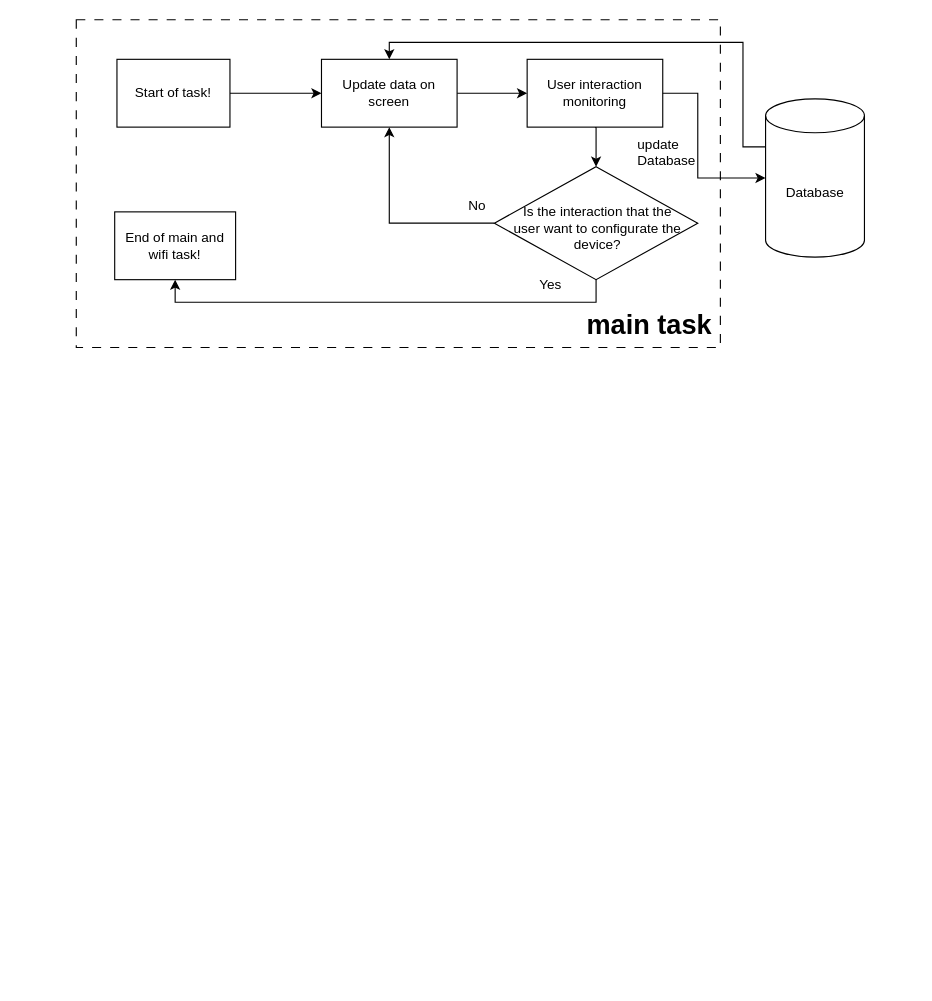
Above: page "main task" (8 of 13) of ESP devices buildup.drawio in LBroKerR/ESP32_Thermostats (draw.io), before the change. Source tidied: cells renumbered, new cells numbered last; positions are measured from the earlier drawing's top-left corner, leaving out a move shared by most shapes. Both pictures are drawn from the tidied source at 113%, with x=0, y=0 at pixel (76, 19).
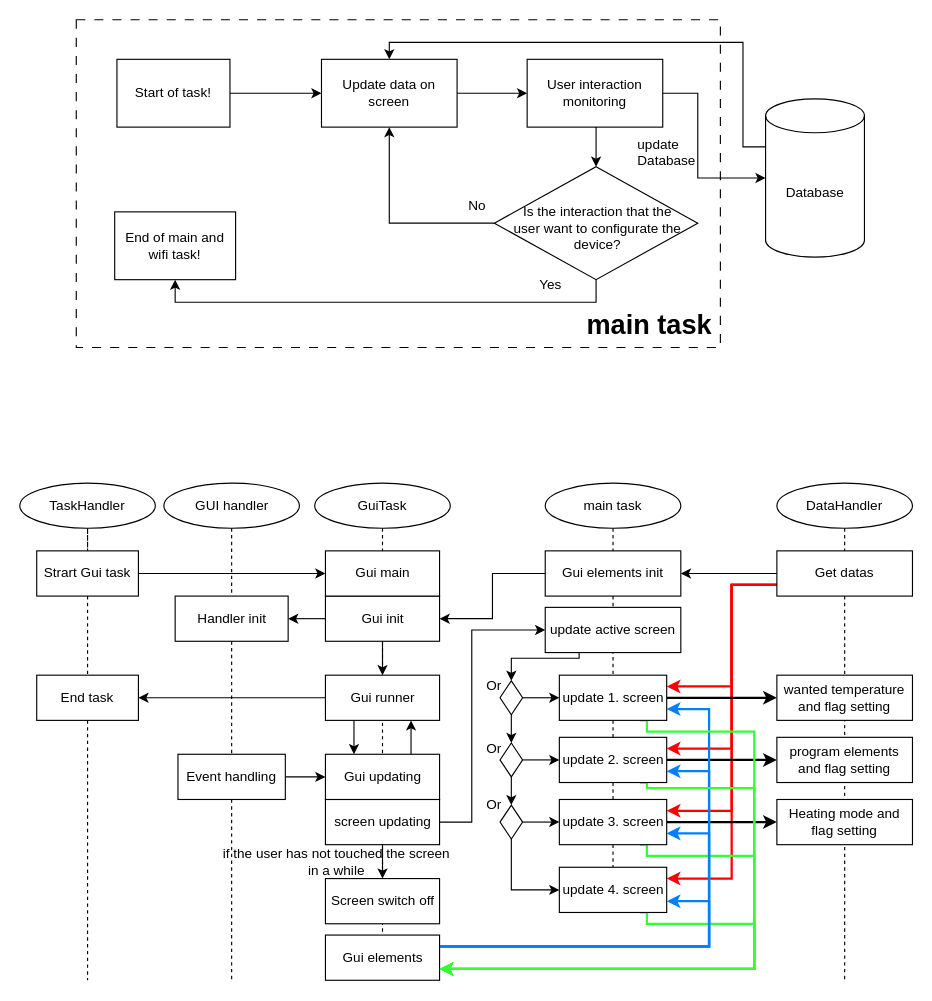
The same diagram, later.

The edit, as a diff of the source:
```diff
@@
+    <mxCell id="21" style="edgeStyle=orthogonalEdgeStyle;rounded=0;jettySize=auto;html=1;exitX=0.5;exitY=1;exitDx=0;exitDy=0;endArrow=none;endFill=0;dashed=1;entryX=0.5;entryY=0;entryDx=0;entryDy=0;" parent="1" edge="1" source="77" target="72">
+      <mxGeometry relative="1" as="geometry" />
+    </mxCell>
+    <mxCell id="22" value="GuiTask" style="ellipse;whiteSpace=wrap;html=1;" parent="1" vertex="1">
+      <mxGeometry x="211" y="410" width="120" height="40" as="geometry" />
+    </mxCell>
+    <mxCell id="23" style="edgeStyle=orthogonalEdgeStyle;rounded=0;jettySize=auto;html=1;exitX=0.5;exitY=1;exitDx=0;exitDy=0;dashed=1;endArrow=none;endFill=0;" parent="1" edge="1" source="38">
+      <mxGeometry relative="1" as="geometry">
+        <mxPoint x="137.5" y="850" as="targetPoint" />
+      </mxGeometry>
+    </mxCell>
+    <mxCell id="24" value="GUI handler" style="ellipse;whiteSpace=wrap;html=1;" parent="1" vertex="1">
+      <mxGeometry x="77.5" y="410" width="120" height="40" as="geometry" />
+    </mxCell>
+    <mxCell id="25" style="edgeStyle=orthogonalEdgeStyle;rounded=0;jettySize=auto;html=1;exitX=0.5;exitY=1;exitDx=0;exitDy=0;endArrow=none;endFill=0;dashed=1;entryX=0.5;entryY=0;entryDx=0;entryDy=0;" parent="1" edge="1" source="51" target="55">
+      <mxGeometry relative="1" as="geometry" />
+    </mxCell>
+    <mxCell id="26" value="main task" style="ellipse;whiteSpace=wrap;html=1;" parent="1" vertex="1">
+      <mxGeometry x="415" y="410" width="120" height="40" as="geometry" />
+    </mxCell>
+    <mxCell id="27" style="edgeStyle=orthogonalEdgeStyle;rounded=0;jettySize=auto;html=1;exitX=0.5;exitY=1;exitDx=0;exitDy=0;entryX=0.5;entryY=0;entryDx=0;entryDy=0;" parent="1" edge="1" source="99" target="82">
+      <mxGeometry relative="1" as="geometry" />
+    </mxCell>
+    <mxCell id="28" style="edgeStyle=orthogonalEdgeStyle;rounded=0;jettySize=auto;html=1;exitX=0.5;exitY=1;exitDx=0;exitDy=0;dashed=1;endArrow=none;endFill=0;" parent="1" edge="1" source="24" target="29">
+      <mxGeometry relative="1" as="geometry" />
+    </mxCell>
+    <mxCell id="29" value="Handler init" style="rounded=0;whiteSpace=wrap;html=1;" parent="1" vertex="1">
+      <mxGeometry x="87.5" y="510" width="100" height="40" as="geometry" />
+    </mxCell>
+    <mxCell id="30" style="edgeStyle=orthogonalEdgeStyle;rounded=0;jettySize=auto;html=1;exitX=0.25;exitY=1;exitDx=0;exitDy=0;entryX=0.25;entryY=0;entryDx=0;entryDy=0;" parent="1" edge="1" source="82" target="77">
+      <mxGeometry relative="1" as="geometry" />
+    </mxCell>
+    <mxCell id="31" style="edgeStyle=orthogonalEdgeStyle;rounded=0;jettySize=auto;html=1;exitX=0.75;exitY=0;exitDx=0;exitDy=0;entryX=0.75;entryY=1;entryDx=0;entryDy=0;" parent="1" edge="1" source="77" target="82">
+      <mxGeometry relative="1" as="geometry" />
+    </mxCell>
+    <mxCell id="32" value="Screen switch off" style="rounded=0;whiteSpace=wrap;html=1;" parent="1" vertex="1">
+      <mxGeometry x="220.5" y="760" width="101" height="40" as="geometry" />
+    </mxCell>
+    <mxCell id="33" style="edgeStyle=orthogonalEdgeStyle;rounded=0;jettySize=auto;html=1;exitX=0.5;exitY=1;exitDx=0;exitDy=0;entryX=0.5;entryY=0;entryDx=0;entryDy=0;" parent="1" edge="1" source="35" target="32">
+      <mxGeometry relative="1" as="geometry" />
+    </mxCell>
+    <mxCell id="34" style="edgeStyle=orthogonalEdgeStyle;rounded=0;jettySize=auto;html=1;exitX=1;exitY=0.5;exitDx=0;exitDy=0;entryX=0;entryY=0.5;entryDx=0;entryDy=0;" parent="1" edge="1" source="35" target="88">
+      <mxGeometry relative="1" as="geometry">
+        <Array as="points">
+          <mxPoint x="350" y="710" />
+          <mxPoint x="350" y="540" />
+        </Array>
+      </mxGeometry>
+    </mxCell>
+    <mxCell id="35" value="screen updating" style="rounded=0;whiteSpace=wrap;html=1;" parent="1" vertex="1">
+      <mxGeometry x="220.5" y="690" width="101" height="40" as="geometry" />
+    </mxCell>
+    <mxCell id="36" style="edgeStyle=orthogonalEdgeStyle;rounded=0;jettySize=auto;html=1;exitX=0.5;exitY=1;exitDx=0;exitDy=0;dashed=1;endArrow=none;endFill=0;" parent="1" edge="1" source="29" target="38">
+      <mxGeometry relative="1" as="geometry" />
+    </mxCell>
+    <mxCell id="37" style="edgeStyle=orthogonalEdgeStyle;rounded=0;jettySize=auto;html=1;exitX=1;exitY=0.5;exitDx=0;exitDy=0;entryX=0;entryY=0.5;entryDx=0;entryDy=0;" parent="1" edge="1" source="38" target="77">
+      <mxGeometry relative="1" as="geometry" />
+    </mxCell>
+    <mxCell id="38" value="Event handling" style="rounded=0;whiteSpace=wrap;html=1;" parent="1" vertex="1">
+      <mxGeometry x="90" y="650" width="95" height="40" as="geometry" />
+    </mxCell>
+    <mxCell id="39" value="if the user has not touched the screen in a while" style="text;html=1;align=center;verticalAlign=middle;whiteSpace=wrap;rounded=0;" parent="1" vertex="1">
+      <mxGeometry x="125" y="730" width="211" height="30" as="geometry" />
+    </mxCell>
+    <mxCell id="40" style="edgeStyle=orthogonalEdgeStyle;rounded=0;jettySize=auto;html=1;exitX=0;exitY=0.5;exitDx=0;exitDy=0;entryX=1;entryY=0.5;entryDx=0;entryDy=0;" parent="1" edge="1" source="89" target="99">
+      <mxGeometry relative="1" as="geometry" />
+    </mxCell>
+    <mxCell id="41" style="edgeStyle=orthogonalEdgeStyle;rounded=0;jettySize=auto;html=1;exitX=0.5;exitY=1;exitDx=0;exitDy=0;endArrow=none;endFill=0;dashed=1;" parent="1" edge="1" source="42">
+      <mxGeometry relative="1" as="geometry">
+        <mxPoint x="680" y="850" as="targetPoint" />
+      </mxGeometry>
+    </mxCell>
+    <mxCell id="42" value="DataHandler" style="ellipse;whiteSpace=wrap;html=1;" parent="1" vertex="1">
+      <mxGeometry x="620" y="410" width="120" height="40" as="geometry" />
+    </mxCell>
+    <mxCell id="43" style="edgeStyle=orthogonalEdgeStyle;rounded=0;jettySize=auto;html=1;exitX=0;exitY=0.5;exitDx=0;exitDy=0;entryX=1;entryY=0.5;entryDx=0;entryDy=0;" parent="1" edge="1" source="48" target="89">
+      <mxGeometry relative="1" as="geometry" />
+    </mxCell>
+    <mxCell id="44" style="edgeStyle=orthogonalEdgeStyle;rounded=0;jettySize=auto;html=1;exitX=0;exitY=0.75;exitDx=0;exitDy=0;entryX=1;entryY=0.25;entryDx=0;entryDy=0;strokeColor=#FF0000;strokeWidth=2;" parent="1" edge="1" source="48" target="86">
+      <mxGeometry relative="1" as="geometry">
+        <Array as="points">
+          <mxPoint x="580" y="500" />
+          <mxPoint x="580" y="590" />
+        </Array>
+      </mxGeometry>
+    </mxCell>
+    <mxCell id="45" style="edgeStyle=orthogonalEdgeStyle;rounded=0;jettySize=auto;html=1;entryX=1;entryY=0.25;entryDx=0;entryDy=0;strokeColor=#FF0000;strokeWidth=2;exitX=0;exitY=0.75;exitDx=0;exitDy=0;" parent="1" edge="1" source="48" target="80">
+      <mxGeometry relative="1" as="geometry">
+        <Array as="points">
+          <mxPoint x="580" y="500" />
+          <mxPoint x="580" y="645" />
+        </Array>
+      </mxGeometry>
+    </mxCell>
+    <mxCell id="46" style="edgeStyle=orthogonalEdgeStyle;rounded=0;jettySize=auto;html=1;exitX=0;exitY=0.75;exitDx=0;exitDy=0;entryX=1;entryY=0.25;entryDx=0;entryDy=0;strokeColor=#FF0000;strokeWidth=2;" parent="1" edge="1" source="48" target="51">
+      <mxGeometry relative="1" as="geometry">
+        <Array as="points">
+          <mxPoint x="580" y="500" />
+          <mxPoint x="580" y="700" />
+        </Array>
+      </mxGeometry>
+    </mxCell>
+    <mxCell id="47" style="edgeStyle=orthogonalEdgeStyle;rounded=0;jettySize=auto;html=1;exitX=0;exitY=0.75;exitDx=0;exitDy=0;entryX=1;entryY=0.25;entryDx=0;entryDy=0;strokeColor=#FF0000;strokeWidth=2;" parent="1" edge="1" source="48" target="55">
+      <mxGeometry relative="1" as="geometry">
+        <Array as="points">
+          <mxPoint x="580" y="500" />
+          <mxPoint x="580" y="760" />
+        </Array>
+      </mxGeometry>
+    </mxCell>
+    <mxCell id="48" value="Get datas" style="rounded=0;whiteSpace=wrap;html=1;" parent="1" vertex="1">
+      <mxGeometry x="620" y="470" width="120" height="40" as="geometry" />
+    </mxCell>
+    <mxCell id="49" style="edgeStyle=orthogonalEdgeStyle;rounded=0;jettySize=auto;html=1;exitX=1;exitY=0.5;exitDx=0;exitDy=0;strokeWidth=2;" parent="1" edge="1" source="51" target="73">
+      <mxGeometry relative="1" as="geometry" />
+    </mxCell>
+    <mxCell id="50" style="edgeStyle=orthogonalEdgeStyle;rounded=0;jettySize=auto;html=1;exitX=0.75;exitY=1;exitDx=0;exitDy=0;entryX=1;entryY=0.75;entryDx=0;entryDy=0;strokeWidth=2;strokeColor=#33FF33;" parent="1" edge="1" source="51" target="72">
+      <mxGeometry relative="1" as="geometry">
+        <Array as="points">
+          <mxPoint x="505" y="740" />
+          <mxPoint x="600" y="740" />
+          <mxPoint x="600" y="840" />
+        </Array>
+      </mxGeometry>
+    </mxCell>
+    <mxCell id="51" value="update 3. screen" style="rounded=0;whiteSpace=wrap;html=1;" parent="1" vertex="1">
+      <mxGeometry x="427.5" y="690" width="95" height="40" as="geometry" />
+    </mxCell>
+    <mxCell id="52" style="edgeStyle=orthogonalEdgeStyle;rounded=0;jettySize=auto;html=1;exitX=1;exitY=0.5;exitDx=0;exitDy=0;entryX=0;entryY=0.5;entryDx=0;entryDy=0;strokeWidth=2;" parent="1" edge="1" source="86" target="75">
+      <mxGeometry relative="1" as="geometry" />
+    </mxCell>
+    <mxCell id="53" style="edgeStyle=orthogonalEdgeStyle;rounded=0;jettySize=auto;html=1;exitX=1;exitY=0.5;exitDx=0;exitDy=0;entryX=0;entryY=0.5;entryDx=0;entryDy=0;strokeWidth=2;" parent="1" edge="1" source="80" target="74">
+      <mxGeometry relative="1" as="geometry" />
+    </mxCell>
+    <mxCell id="54" style="edgeStyle=orthogonalEdgeStyle;rounded=0;jettySize=auto;html=1;exitX=0.75;exitY=1;exitDx=0;exitDy=0;entryX=1;entryY=0.75;entryDx=0;entryDy=0;strokeColor=#33FF33;strokeWidth=2;" parent="1" edge="1" source="55" target="72">
+      <mxGeometry relative="1" as="geometry">
+        <Array as="points">
+          <mxPoint x="505" y="800" />
+          <mxPoint x="600" y="800" />
+          <mxPoint x="600" y="840" />
+        </Array>
+      </mxGeometry>
+    </mxCell>
+    <mxCell id="55" value="update 4. screen" style="rounded=0;whiteSpace=wrap;html=1;" parent="1" vertex="1">
+      <mxGeometry x="427.5" y="750" width="95" height="40" as="geometry" />
+    </mxCell>
+    <mxCell id="56" value="Or" style="text;html=1;align=center;verticalAlign=middle;whiteSpace=wrap;rounded=0;" parent="1" vertex="1">
+      <mxGeometry x="340" y="630" width="60" height="30" as="geometry" />
+    </mxCell>
+    <mxCell id="57" value="Or" style="text;html=1;align=center;verticalAlign=middle;whiteSpace=wrap;rounded=0;" parent="1" vertex="1">
+      <mxGeometry x="340" y="680" width="60" height="30" as="geometry" />
+    </mxCell>
+    <mxCell id="58" value="Or" style="text;html=1;align=center;verticalAlign=middle;whiteSpace=wrap;rounded=0;" parent="1" vertex="1">
+      <mxGeometry x="340" y="575" width="60" height="30" as="geometry" />
+    </mxCell>
+    <mxCell id="59" style="edgeStyle=orthogonalEdgeStyle;rounded=0;jettySize=auto;html=1;exitX=1;exitY=0.5;exitDx=0;exitDy=0;entryX=0;entryY=0.5;entryDx=0;entryDy=0;" parent="1" edge="1" source="61" target="86">
+      <mxGeometry relative="1" as="geometry" />
+    </mxCell>
+    <mxCell id="60" style="edgeStyle=orthogonalEdgeStyle;rounded=0;jettySize=auto;html=1;exitX=0.5;exitY=1;exitDx=0;exitDy=0;entryX=0.5;entryY=0;entryDx=0;entryDy=0;" parent="1" edge="1" source="61" target="64">
+      <mxGeometry relative="1" as="geometry" />
+    </mxCell>
+    <mxCell id="61" style="rhombus;whiteSpace=wrap;html=1;" parent="1" vertex="1">
+      <mxGeometry x="375" y="585" width="20" height="30" as="geometry" />
+    </mxCell>
+    <mxCell id="62" style="edgeStyle=orthogonalEdgeStyle;rounded=0;jettySize=auto;html=1;exitX=1;exitY=0.5;exitDx=0;exitDy=0;entryX=0;entryY=0.5;entryDx=0;entryDy=0;" parent="1" edge="1" source="64" target="80">
+      <mxGeometry relative="1" as="geometry" />
+    </mxCell>
+    <mxCell id="63" style="edgeStyle=orthogonalEdgeStyle;rounded=0;jettySize=auto;html=1;exitX=0.5;exitY=1;exitDx=0;exitDy=0;entryX=0.5;entryY=0;entryDx=0;entryDy=0;" parent="1" edge="1" source="64" target="67">
+      <mxGeometry relative="1" as="geometry" />
+    </mxCell>
+    <mxCell id="64" style="rhombus;whiteSpace=wrap;html=1;" parent="1" vertex="1">
+      <mxGeometry x="375" y="640" width="20" height="30" as="geometry" />
+    </mxCell>
+    <mxCell id="65" style="edgeStyle=orthogonalEdgeStyle;rounded=0;jettySize=auto;html=1;exitX=1;exitY=0.5;exitDx=0;exitDy=0;entryX=0;entryY=0.5;entryDx=0;entryDy=0;" parent="1" edge="1" source="67" target="51">
+      <mxGeometry relative="1" as="geometry" />
+    </mxCell>
+    <mxCell id="66" style="edgeStyle=orthogonalEdgeStyle;rounded=0;jettySize=auto;html=1;exitX=0.5;exitY=1;exitDx=0;exitDy=0;entryX=0;entryY=0.5;entryDx=0;entryDy=0;" parent="1" edge="1" source="67" target="55">
+      <mxGeometry relative="1" as="geometry" />
+    </mxCell>
+    <mxCell id="67" style="rhombus;whiteSpace=wrap;html=1;" parent="1" vertex="1">
+      <mxGeometry x="375" y="695" width="20" height="30" as="geometry" />
+    </mxCell>
+    <mxCell id="68" style="edgeStyle=orthogonalEdgeStyle;rounded=0;jettySize=auto;html=1;exitX=1;exitY=0.25;exitDx=0;exitDy=0;entryX=1;entryY=0.75;entryDx=0;entryDy=0;strokeWidth=2;strokeColor=#007FFF;" parent="1" edge="1" source="72" target="86">
+      <mxGeometry relative="1" as="geometry">
+        <Array as="points">
+          <mxPoint x="299" y="820" />
+          <mxPoint x="560" y="820" />
+          <mxPoint x="560" y="610" />
+        </Array>
+      </mxGeometry>
+    </mxCell>
+    <mxCell id="69" style="edgeStyle=orthogonalEdgeStyle;rounded=0;jettySize=auto;html=1;exitX=1;exitY=0.25;exitDx=0;exitDy=0;entryX=1;entryY=0.75;entryDx=0;entryDy=0;strokeWidth=2;strokeColor=#007FFF;" parent="1" edge="1" source="72" target="80">
+      <mxGeometry relative="1" as="geometry">
+        <Array as="points">
+          <mxPoint x="299" y="820" />
+          <mxPoint x="560" y="820" />
+          <mxPoint x="560" y="665" />
+        </Array>
+      </mxGeometry>
+    </mxCell>
+    <mxCell id="70" style="edgeStyle=orthogonalEdgeStyle;rounded=0;jettySize=auto;html=1;exitX=1;exitY=0.25;exitDx=0;exitDy=0;entryX=1;entryY=0.75;entryDx=0;entryDy=0;strokeWidth=2;strokeColor=#007FFF;" parent="1" edge="1" source="72" target="55">
+      <mxGeometry relative="1" as="geometry">
+        <Array as="points">
+          <mxPoint x="299" y="820" />
+          <mxPoint x="560" y="820" />
+          <mxPoint x="560" y="780" />
+        </Array>
+      </mxGeometry>
+    </mxCell>
+    <mxCell id="71" style="edgeStyle=orthogonalEdgeStyle;rounded=0;jettySize=auto;html=1;exitX=1;exitY=0.25;exitDx=0;exitDy=0;entryX=1;entryY=0.75;entryDx=0;entryDy=0;strokeColor=#007FFF;strokeWidth=2;" parent="1" edge="1" source="72" target="51">
+      <mxGeometry relative="1" as="geometry">
+        <Array as="points">
+          <mxPoint x="299" y="820" />
+          <mxPoint x="560" y="820" />
+          <mxPoint x="560" y="720" />
+        </Array>
+      </mxGeometry>
+    </mxCell>
+    <mxCell id="72" value="Gui elements" style="rounded=0;whiteSpace=wrap;html=1;" parent="1" vertex="1">
+      <mxGeometry x="220.5" y="810" width="101" height="40" as="geometry" />
+    </mxCell>
+    <mxCell id="73" value="Heating mode and flag setting" style="rounded=0;whiteSpace=wrap;html=1;" parent="1" vertex="1">
+      <mxGeometry x="620" y="690" width="120" height="40" as="geometry" />
+    </mxCell>
+    <mxCell id="74" value="program elements and flag setting" style="rounded=0;whiteSpace=wrap;html=1;" parent="1" vertex="1">
+      <mxGeometry x="620" y="635" width="120" height="40" as="geometry" />
+    </mxCell>
+    <mxCell id="75" value="wanted temperature and flag setting" style="rounded=0;whiteSpace=wrap;html=1;" parent="1" vertex="1">
+      <mxGeometry x="620" y="580" width="120" height="40" as="geometry" />
+    </mxCell>
+    <mxCell id="76" style="edgeStyle=orthogonalEdgeStyle;rounded=0;jettySize=auto;html=1;exitX=0.5;exitY=1;exitDx=0;exitDy=0;endArrow=none;endFill=0;dashed=1;" parent="1" edge="1" source="99" target="77">
+      <mxGeometry relative="1" as="geometry" />
+    </mxCell>
+    <mxCell id="77" value="Gui updating" style="rounded=0;whiteSpace=wrap;html=1;" parent="1" vertex="1">
+      <mxGeometry x="220.5" y="650" width="101" height="40" as="geometry" />
+    </mxCell>
+    <mxCell id="78" style="edgeStyle=orthogonalEdgeStyle;rounded=0;jettySize=auto;html=1;exitX=0.5;exitY=1;exitDx=0;exitDy=0;entryX=0.5;entryY=0;entryDx=0;entryDy=0;endArrow=none;endFill=0;dashed=1;" parent="1" edge="1" source="80" target="51">
+      <mxGeometry relative="1" as="geometry" />
+    </mxCell>
+    <mxCell id="79" style="edgeStyle=orthogonalEdgeStyle;rounded=0;jettySize=auto;html=1;exitX=0.75;exitY=1;exitDx=0;exitDy=0;entryX=1;entryY=0.75;entryDx=0;entryDy=0;strokeWidth=2;strokeColor=#33FF33;" parent="1" edge="1" source="80" target="72">
+      <mxGeometry relative="1" as="geometry">
+        <Array as="points">
+          <mxPoint x="505" y="680" />
+          <mxPoint x="600" y="680" />
+          <mxPoint x="600" y="840" />
+        </Array>
+      </mxGeometry>
+    </mxCell>
+    <mxCell id="80" value="update 2. screen" style="rounded=0;whiteSpace=wrap;html=1;" parent="1" vertex="1">
+      <mxGeometry x="427.5" y="635" width="95" height="40" as="geometry" />
+    </mxCell>
+    <mxCell id="81" style="edgeStyle=orthogonalEdgeStyle;rounded=0;jettySize=auto;html=1;exitX=0;exitY=0.5;exitDx=0;exitDy=0;entryX=1;entryY=0.5;entryDx=0;entryDy=0;" parent="1" edge="1" source="82" target="96">
+      <mxGeometry relative="1" as="geometry" />
+    </mxCell>
+    <mxCell id="82" value="Gui runner" style="rounded=0;whiteSpace=wrap;html=1;" parent="1" vertex="1">
+      <mxGeometry x="220.5" y="580" width="101" height="40" as="geometry" />
+    </mxCell>
+    <mxCell id="83" style="edgeStyle=orthogonalEdgeStyle;rounded=0;jettySize=auto;html=1;exitX=0.5;exitY=1;exitDx=0;exitDy=0;endArrow=none;endFill=0;dashed=1;" parent="1" edge="1" source="26" target="86">
+      <mxGeometry relative="1" as="geometry" />
+    </mxCell>
+    <mxCell id="84" style="edgeStyle=orthogonalEdgeStyle;rounded=0;jettySize=auto;html=1;exitX=0.5;exitY=1;exitDx=0;exitDy=0;entryX=0.5;entryY=0;entryDx=0;entryDy=0;endArrow=none;endFill=0;dashed=1;" parent="1" edge="1" source="86" target="80">
+      <mxGeometry relative="1" as="geometry" />
+    </mxCell>
+    <mxCell id="85" style="edgeStyle=orthogonalEdgeStyle;rounded=0;jettySize=auto;html=1;exitX=0.75;exitY=1;exitDx=0;exitDy=0;entryX=1;entryY=0.75;entryDx=0;entryDy=0;strokeWidth=2;strokeColor=#33FF33;" parent="1" edge="1" source="86" target="72">
+      <mxGeometry relative="1" as="geometry">
+        <Array as="points">
+          <mxPoint x="505" y="630" />
+          <mxPoint x="600" y="630" />
+          <mxPoint x="600" y="840" />
+        </Array>
+      </mxGeometry>
+    </mxCell>
+    <mxCell id="86" value="update 1. screen" style="rounded=0;whiteSpace=wrap;html=1;" parent="1" vertex="1">
+      <mxGeometry x="427.5" y="580" width="95" height="40" as="geometry" />
+    </mxCell>
+    <mxCell id="87" style="edgeStyle=orthogonalEdgeStyle;rounded=0;jettySize=auto;html=1;exitX=0.25;exitY=1;exitDx=0;exitDy=0;entryX=0.5;entryY=0;entryDx=0;entryDy=0;" parent="1" edge="1" source="88" target="61">
+      <mxGeometry relative="1" as="geometry">
+        <Array as="points">
+          <mxPoint x="445" y="565" />
+          <mxPoint x="385" y="565" />
+        </Array>
+      </mxGeometry>
+    </mxCell>
+    <mxCell id="88" value="update active screen" style="rounded=0;whiteSpace=wrap;html=1;" parent="1" vertex="1">
+      <mxGeometry x="415" y="520" width="120" height="40" as="geometry" />
+    </mxCell>
+    <mxCell id="89" value="Gui elements init" style="rounded=0;whiteSpace=wrap;html=1;" parent="1" vertex="1">
+      <mxGeometry x="415" y="470" width="120" height="40" as="geometry" />
+    </mxCell>
+    <mxCell id="90" style="edgeStyle=orthogonalEdgeStyle;rounded=0;jettySize=auto;html=1;exitX=0.5;exitY=1;exitDx=0;exitDy=0;dashed=1;endArrow=none;endFill=0;" parent="1" edge="1" source="96">
+      <mxGeometry relative="1" as="geometry">
+        <mxPoint x="10" y="850" as="targetPoint" />
+      </mxGeometry>
+    </mxCell>
+    <mxCell id="91" value="TaskHandler" style="ellipse;whiteSpace=wrap;html=1;" parent="1" vertex="1">
+      <mxGeometry x="-50" y="410" width="120" height="40" as="geometry" />
+    </mxCell>
+    <mxCell id="92" style="edgeStyle=orthogonalEdgeStyle;rounded=0;jettySize=auto;html=1;exitX=0.5;exitY=1;exitDx=0;exitDy=0;dashed=1;endArrow=none;endFill=0;" parent="1" edge="1" source="91" target="94">
+      <mxGeometry relative="1" as="geometry" />
+    </mxCell>
+    <mxCell id="93" style="edgeStyle=orthogonalEdgeStyle;rounded=0;jettySize=auto;html=1;exitX=1;exitY=0.5;exitDx=0;exitDy=0;entryX=0;entryY=0.5;entryDx=0;entryDy=0;" parent="1" edge="1" source="94" target="100">
+      <mxGeometry relative="1" as="geometry" />
+    </mxCell>
+    <mxCell id="94" value="Strart Gui task" style="rounded=0;whiteSpace=wrap;html=1;" parent="1" vertex="1">
+      <mxGeometry x="-35" y="470" width="90" height="40" as="geometry" />
+    </mxCell>
+    <mxCell id="95" style="edgeStyle=orthogonalEdgeStyle;rounded=0;jettySize=auto;html=1;exitX=0.5;exitY=1;exitDx=0;exitDy=0;dashed=1;endArrow=none;endFill=0;" parent="1" edge="1" source="94" target="96">
+      <mxGeometry relative="1" as="geometry" />
+    </mxCell>
+    <mxCell id="96" value="End task" style="rounded=0;whiteSpace=wrap;html=1;" parent="1" vertex="1">
+      <mxGeometry x="-35" y="580" width="90" height="40" as="geometry" />
+    </mxCell>
+    <mxCell id="97" style="edgeStyle=orthogonalEdgeStyle;rounded=0;jettySize=auto;html=1;exitX=0.5;exitY=1;exitDx=0;exitDy=0;endArrow=none;endFill=0;dashed=1;" parent="1" edge="1" source="22" target="99">
+      <mxGeometry relative="1" as="geometry" />
+    </mxCell>
+    <mxCell id="98" style="edgeStyle=orthogonalEdgeStyle;rounded=0;jettySize=auto;html=1;exitX=0;exitY=0.5;exitDx=0;exitDy=0;entryX=1;entryY=0.5;entryDx=0;entryDy=0;" parent="1" edge="1" source="99" target="29">
+      <mxGeometry relative="1" as="geometry" />
+    </mxCell>
+    <mxCell id="99" value="Gui init" style="rounded=0;whiteSpace=wrap;html=1;" parent="1" vertex="1">
+      <mxGeometry x="220.5" y="510" width="101" height="40" as="geometry" />
+    </mxCell>
+    <mxCell id="100" value="Gui main" style="rounded=0;whiteSpace=wrap;html=1;" parent="1" vertex="1">
+      <mxGeometry x="220.5" y="470" width="101" height="40" as="geometry" />
+    </mxCell>
```
